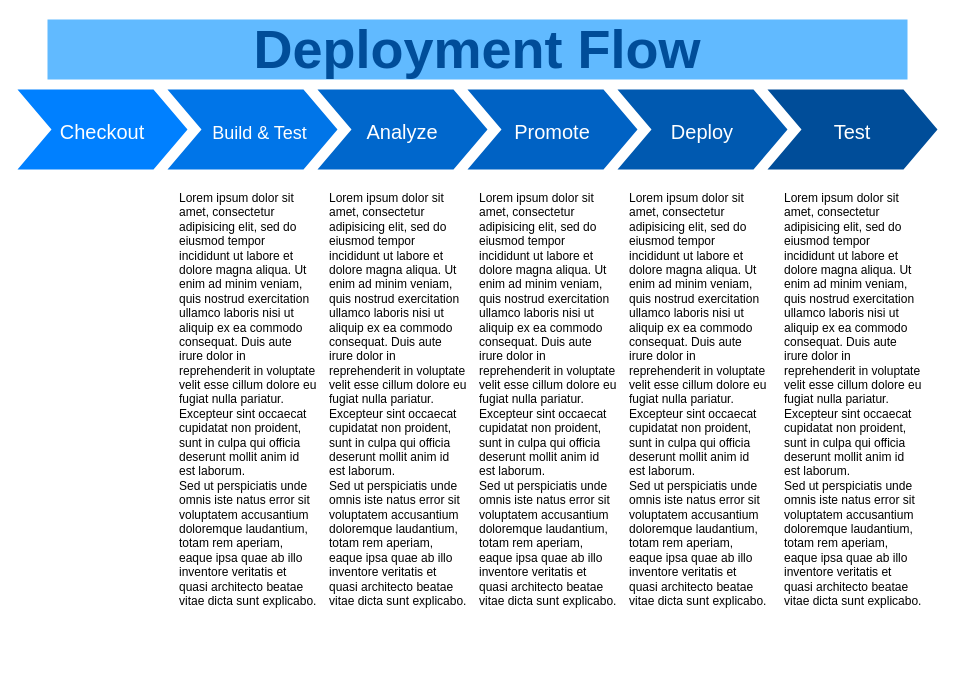
Earlier version of the draw.io diagram Untitled Diagram.drawio (jigneshadesara90/tdm-diagram). Source tidied: cells renumbered, new cells numbered last; positions are measured from the earlier drawing's top-left corner, leaving out a move shared by most shapes. Both pictures are drawn from the tidied source at 100%, with x=0, y=0 at pixel (17, 19).
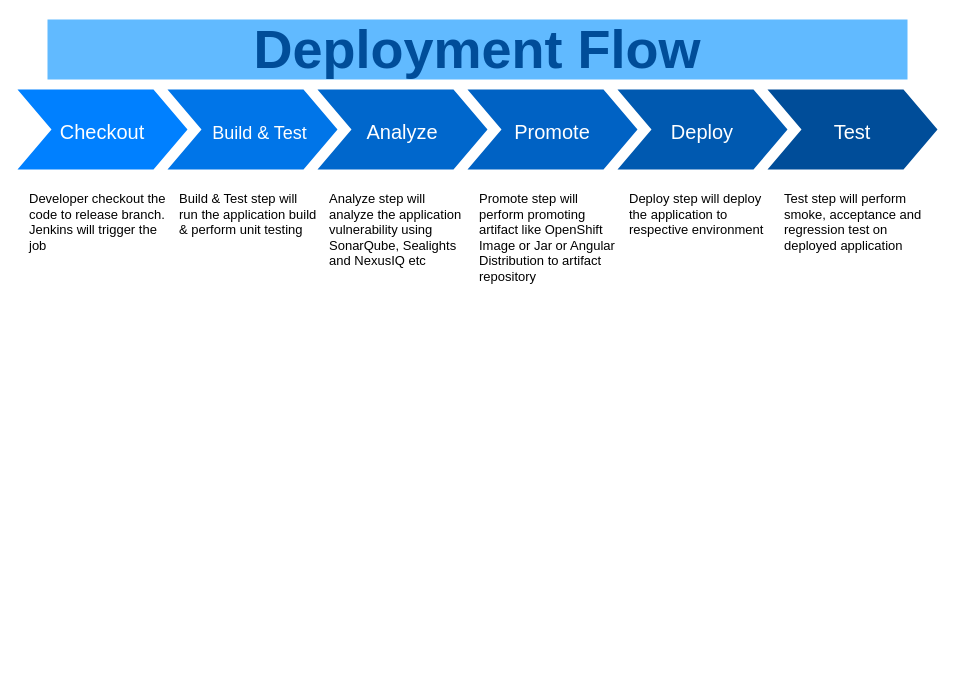
After the change.

Diff of the diagram source:
```diff
@@
 <mxGraphModel>
   <root>
     <mxCell id="0" />
     <mxCell id="1" parent="0" />
     <mxCell id="2" value="&lt;font style=&quot;font-size: 20px;&quot;&gt;Checkout&lt;/font&gt;" style="shape=step;whiteSpace=wrap;html=1;fontSize=28;fillColor=#0080FF;fontColor=#FFFFFF;strokeColor=none;" parent="1" vertex="1">
       <mxGeometry y="70" width="170" height="80" as="geometry" />
     </mxCell>
     <mxCell id="3" value="&lt;font style=&quot;font-size: 18px;&quot;&gt;&amp;nbsp; &amp;nbsp;Build &amp;amp; Test&lt;/font&gt;" style="shape=step;whiteSpace=wrap;html=1;fontSize=28;fillColor=#0075E8;fontColor=#FFFFFF;strokeColor=none;align=center;" parent="1" vertex="1">
       <mxGeometry x="150" y="70" width="170" height="80" as="geometry" />
     </mxCell>
     <mxCell id="4" value="&lt;font style=&quot;font-size: 20px;&quot;&gt;Analyze&lt;/font&gt;" style="shape=step;whiteSpace=wrap;html=1;fontSize=28;fillColor=#0067CC;fontColor=#FFFFFF;strokeColor=none;" parent="1" vertex="1">
       <mxGeometry x="300" y="70" width="170" height="80" as="geometry" />
     </mxCell>
     <mxCell id="5" value="&lt;font style=&quot;font-size: 20px;&quot;&gt;Promote&lt;/font&gt;" style="shape=step;whiteSpace=wrap;html=1;fontSize=28;fillColor=#0062C4;fontColor=#FFFFFF;strokeColor=none;" parent="1" vertex="1">
       <mxGeometry x="450" y="70" width="170" height="80" as="geometry" />
     </mxCell>
     <mxCell id="6" value="&lt;font style=&quot;font-size: 20px;&quot;&gt;Deploy&lt;/font&gt;" style="shape=step;whiteSpace=wrap;html=1;fontSize=28;fillColor=#0059B0;fontColor=#FFFFFF;strokeColor=none;" parent="1" vertex="1">
       <mxGeometry x="600" y="70" width="170" height="80" as="geometry" />
     </mxCell>
     <mxCell id="7" value="&lt;font style=&quot;font-size: 20px;&quot;&gt;Test&lt;/font&gt;" style="shape=step;whiteSpace=wrap;html=1;fontSize=28;fillColor=#004D99;fontColor=#FFFFFF;strokeColor=none;" parent="1" vertex="1">
       <mxGeometry x="750" y="70" width="170" height="80" as="geometry" />
     </mxCell>
     <mxCell id="8" value="Deployment Flow" style="text;html=1;strokeColor=none;fillColor=#61BAFF;align=center;verticalAlign=middle;whiteSpace=wrap;fontSize=54;fontStyle=1;fontColor=#004D99;" parent="1" vertex="1">
       <mxGeometry x="30" width="860" height="60" as="geometry" />
     </mxCell>
+    <mxCell id="14" value="&lt;font style=&quot;font-size: 13px;&quot;&gt;Developer checkout the code to release branch. Jenkins will trigger the job&lt;/font&gt;" style="text;spacingTop=-5;fillColor=#ffffff;whiteSpace=wrap;html=1;align=left;fontSize=12;fontFamily=Helvetica;fillColor=none;strokeColor=none;" parent="1" vertex="1">
+      <mxGeometry x="10" y="170" width="140" height="120" as="geometry" />
+    </mxCell>
-    <mxCell id="9" value="Lorem ipsum dolor sit amet, consectetur adipisicing elit, sed do eiusmod tempor incididunt ut labore et dolore magna aliqua. Ut enim ad minim veniam, quis nostrud exercitation ullamco laboris nisi ut aliquip ex ea commodo consequat. Duis aute irure dolor in reprehenderit in voluptate velit esse cillum dolore eu fugiat nulla pariatur. Excepteur sint occaecat cupidatat non proident, sunt in culpa qui officia deserunt mollit anim id est laborum.&lt;br&gt;Sed ut perspiciatis unde omnis iste natus error sit voluptatem accusantium doloremque laudantium, totam rem aperiam, eaque ipsa quae ab illo inventore veritatis et quasi architecto beatae vitae dicta sunt explicabo." style="text;spacingTop=-5;fillColor=#ffffff;whiteSpace=wrap;html=1;align=left;fontSize=12;fontFamily=Helvetica;fillColor=none;strokeColor=none;" parent="1" vertex="1">
-      <mxGeometry x="160" y="170" width="140" height="470" as="geometry" />
+    <mxCell id="9" value="&lt;font style=&quot;font-size: 13px;&quot;&gt;Build &amp;amp; Test step will run the application build &amp;amp; perform unit testing&lt;/font&gt;" style="text;spacingTop=-5;fillColor=#ffffff;whiteSpace=wrap;html=1;align=left;fontSize=12;fontFamily=Helvetica;fillColor=none;strokeColor=none;" parent="1" vertex="1">
+      <mxGeometry x="160" y="170" width="140" height="120" as="geometry" />
     </mxCell>
-    <mxCell id="10" value="Lorem ipsum dolor sit amet, consectetur adipisicing elit, sed do eiusmod tempor incididunt ut labore et dolore magna aliqua. Ut enim ad minim veniam, quis nostrud exercitation ullamco laboris nisi ut aliquip ex ea commodo consequat. Duis aute irure dolor in reprehenderit in voluptate velit esse cillum dolore eu fugiat nulla pariatur. Excepteur sint occaecat cupidatat non proident, sunt in culpa qui officia deserunt mollit anim id est laborum.&lt;br&gt;Sed ut perspiciatis unde omnis iste natus error sit voluptatem accusantium doloremque laudantium, totam rem aperiam, eaque ipsa quae ab illo inventore veritatis et quasi architecto beatae vitae dicta sunt explicabo." style="text;spacingTop=-5;fillColor=#ffffff;whiteSpace=wrap;html=1;align=left;fontSize=12;fontFamily=Helvetica;fillColor=none;strokeColor=none;" parent="1" vertex="1">
-      <mxGeometry x="310" y="170" width="140" height="470" as="geometry" />
+    <mxCell id="10" value="&lt;font style=&quot;font-size: 13px;&quot;&gt;Analyze step will analyze the application vulnerability using SonarQube, Sealights and NexusIQ etc&lt;/font&gt;" style="text;spacingTop=-5;fillColor=#ffffff;whiteSpace=wrap;html=1;align=left;fontSize=12;fontFamily=Helvetica;fillColor=none;strokeColor=none;" parent="1" vertex="1">
+      <mxGeometry x="310" y="170" width="140" height="120" as="geometry" />
     </mxCell>
-    <mxCell id="11" value="Lorem ipsum dolor sit amet, consectetur adipisicing elit, sed do eiusmod tempor incididunt ut labore et dolore magna aliqua. Ut enim ad minim veniam, quis nostrud exercitation ullamco laboris nisi ut aliquip ex ea commodo consequat. Duis aute irure dolor in reprehenderit in voluptate velit esse cillum dolore eu fugiat nulla pariatur. Excepteur sint occaecat cupidatat non proident, sunt in culpa qui officia deserunt mollit anim id est laborum.&lt;br&gt;Sed ut perspiciatis unde omnis iste natus error sit voluptatem accusantium doloremque laudantium, totam rem aperiam, eaque ipsa quae ab illo inventore veritatis et quasi architecto beatae vitae dicta sunt explicabo." style="text;spacingTop=-5;fillColor=#ffffff;whiteSpace=wrap;html=1;align=left;fontSize=12;fontFamily=Helvetica;fillColor=none;strokeColor=none;" parent="1" vertex="1">
-      <mxGeometry x="460" y="170" width="140" height="470" as="geometry" />
+    <mxCell id="11" value="&lt;font style=&quot;font-size: 13px;&quot;&gt;Promote step will perform promoting artifact like OpenShift Image or Jar or Angular Distribution to artifact repository&lt;/font&gt;" style="text;spacingTop=-5;fillColor=#ffffff;whiteSpace=wrap;html=1;align=left;fontSize=12;fontFamily=Helvetica;fillColor=none;strokeColor=none;" parent="1" vertex="1">
+      <mxGeometry x="460" y="170" width="140" height="120" as="geometry" />
     </mxCell>
-    <mxCell id="12" value="Lorem ipsum dolor sit amet, consectetur adipisicing elit, sed do eiusmod tempor incididunt ut labore et dolore magna aliqua. Ut enim ad minim veniam, quis nostrud exercitation ullamco laboris nisi ut aliquip ex ea commodo consequat. Duis aute irure dolor in reprehenderit in voluptate velit esse cillum dolore eu fugiat nulla pariatur. Excepteur sint occaecat cupidatat non proident, sunt in culpa qui officia deserunt mollit anim id est laborum.&lt;br&gt;Sed ut perspiciatis unde omnis iste natus error sit voluptatem accusantium doloremque laudantium, totam rem aperiam, eaque ipsa quae ab illo inventore veritatis et quasi architecto beatae vitae dicta sunt explicabo." style="text;spacingTop=-5;fillColor=#ffffff;whiteSpace=wrap;html=1;align=left;fontSize=12;fontFamily=Helvetica;fillColor=none;strokeColor=none;" parent="1" vertex="1">
-      <mxGeometry x="610" y="170" width="140" height="470" as="geometry" />
+    <mxCell id="12" value="&lt;font style=&quot;font-size: 13px;&quot;&gt;Deploy step will deploy the application to respective environment&lt;/font&gt;" style="text;spacingTop=-5;fillColor=#ffffff;whiteSpace=wrap;html=1;align=left;fontSize=12;fontFamily=Helvetica;fillColor=none;strokeColor=none;" parent="1" vertex="1">
+      <mxGeometry x="610" y="170" width="140" height="120" as="geometry" />
     </mxCell>
-    <mxCell id="13" value="Lorem ipsum dolor sit amet, consectetur adipisicing elit, sed do eiusmod tempor incididunt ut labore et dolore magna aliqua. Ut enim ad minim veniam, quis nostrud exercitation ullamco laboris nisi ut aliquip ex ea commodo consequat. Duis aute irure dolor in reprehenderit in voluptate velit esse cillum dolore eu fugiat nulla pariatur. Excepteur sint occaecat cupidatat non proident, sunt in culpa qui officia deserunt mollit anim id est laborum.&lt;br&gt;Sed ut perspiciatis unde omnis iste natus error sit voluptatem accusantium doloremque laudantium, totam rem aperiam, eaque ipsa quae ab illo inventore veritatis et quasi architecto beatae vitae dicta sunt explicabo." style="text;spacingTop=-5;fillColor=#ffffff;whiteSpace=wrap;html=1;align=left;fontSize=12;fontFamily=Helvetica;fillColor=none;strokeColor=none;" parent="1" vertex="1">
-      <mxGeometry x="765" y="170" width="140" height="470" as="geometry" />
+    <mxCell id="13" value="&lt;font style=&quot;font-size: 13px;&quot;&gt;Test step will perform smoke, acceptance and regression test on deployed application&lt;/font&gt;" style="text;spacingTop=-5;fillColor=#ffffff;whiteSpace=wrap;html=1;align=left;fontSize=12;fontFamily=Helvetica;fillColor=none;strokeColor=none;" parent="1" vertex="1">
+      <mxGeometry x="765" y="170" width="140" height="120" as="geometry" />
     </mxCell>
   </root>
 </mxGraphModel>
```
